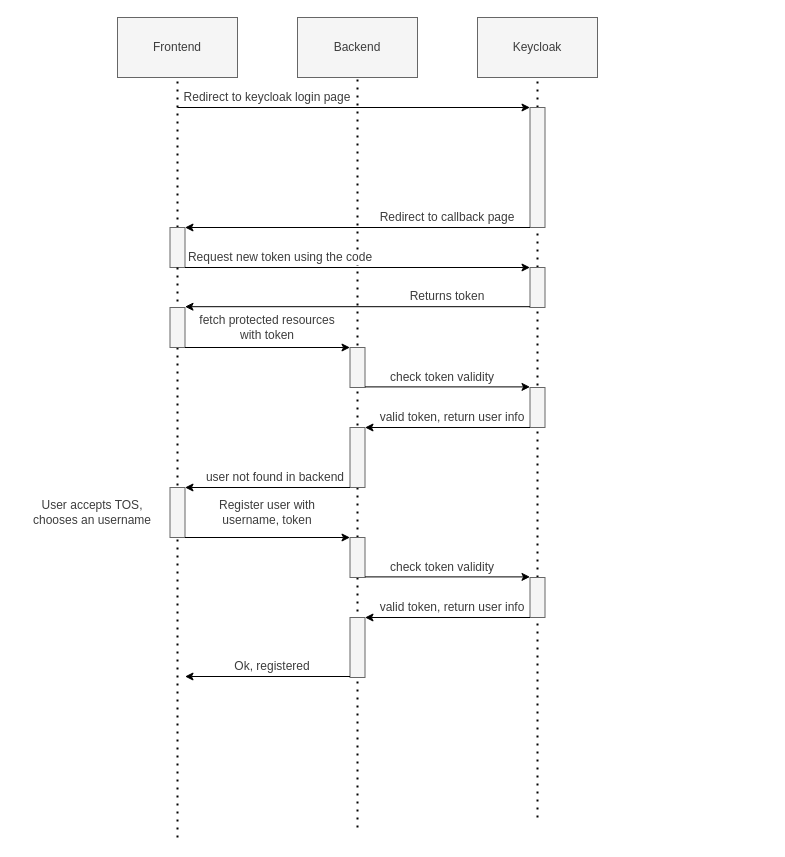
This is sketches/Q2-identification/google-register.drawio from nponsard/rapport-polycode-s7, a draw.io file, before an edit. Source tidied: cells renumbered, new cells numbered last; positions are measured from the earlier drawing's top-left corner, leaving out a move shared by most shapes. Both pictures are drawn from the tidied source at 100%, with x=0, y=0 at pixel (17, 17).
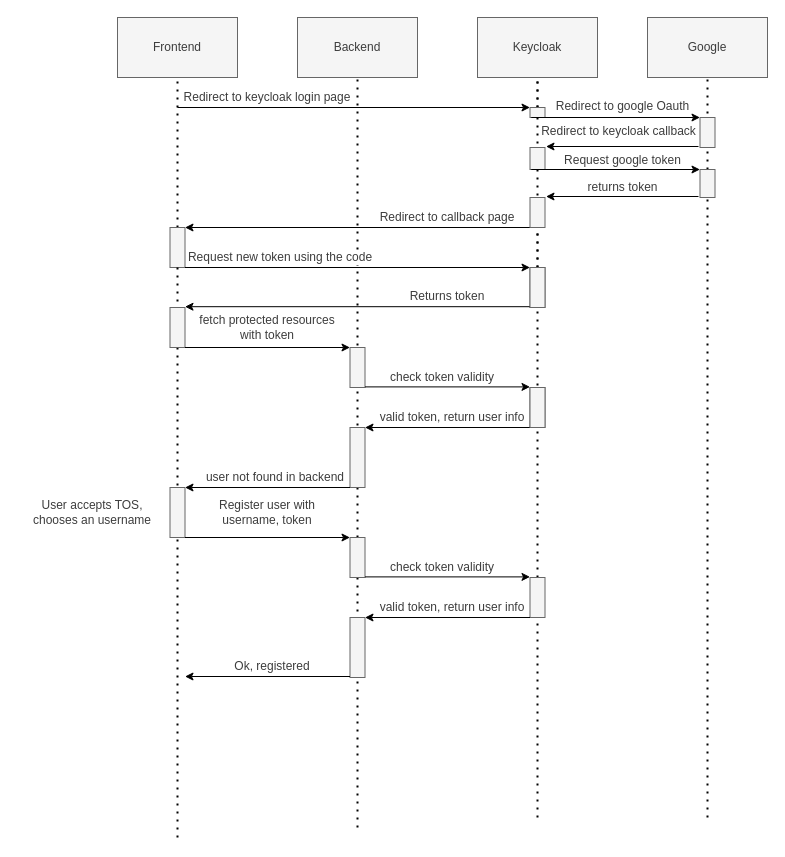
The same page after the edit.

Commit message (it also covers changes not shown here):
fix: detail google oidc

Unchanged cells that the change refers to:
```xml
<mxCell id="7" value="&lt;font color=&quot;#3d3d3d&quot;&gt;Keycloak&lt;br&gt;&lt;/font&gt;" style="rounded=0;whiteSpace=wrap;html=1;fillColor=#f5f5f5;strokeColor=#666666;fontColor=#333333;" parent="1" vertex="1">
  <mxGeometry x="460" width="120" height="60" as="geometry" />
</mxCell>
<mxCell id="12" style="rounded=0;whiteSpace=wrap;html=1;labelBackgroundColor=#FFFFFF;fontColor=#333333;fillColor=#f5f5f5;strokeColor=#666666;" parent="1" vertex="1">
  <mxGeometry x="152.5" y="210" width="15" height="40" as="geometry" />
</mxCell>
<mxCell id="16" style="rounded=0;whiteSpace=wrap;html=1;labelBackgroundColor=#FFFFFF;fontColor=#333333;fillColor=#f5f5f5;strokeColor=#666666;" parent="1" vertex="1">
  <mxGeometry x="512.5" y="250" width="15" height="40" as="geometry" />
</mxCell>
```

What changed in the source:
```diff
@@
-    <mxCell id="6" style="endArrow=none;dashed=1;html=1;dashPattern=1 3;strokeWidth=2;rounded=0;strokeColor=#000000;startArrow=none;" parent="1" edge="1" source="9" target="7">
-      <mxGeometry relative="1" as="geometry" />
+    <mxCell id="6" style="endArrow=none;dashed=1;html=1;dashPattern=1 3;strokeWidth=2;rounded=0;strokeColor=#000000;startArrow=none;" parent="1" edge="1" target="7">
+      <mxGeometry relative="1" as="geometry">
+        <mxPoint x="520" y="90" as="sourcePoint" />
+      </mxGeometry>
     </mxCell>
@@
-    <mxCell id="8" style="endArrow=classic;html=1;fontColor=#3D3D3D;strokeColor=#000000;entryX=0;entryY=0;entryDx=0;entryDy=0;" parent="1" edge="1" target="9">
+    <mxCell id="8" style="endArrow=classic;html=1;fontColor=#3D3D3D;strokeColor=#000000;entryX=0;entryY=0;entryDx=0;entryDy=0;" parent="1" edge="1">
       <mxGeometry relative="1" as="geometry">
         <mxPoint x="160" y="90" as="sourcePoint" />
+        <mxPoint x="512.5" y="90" as="targetPoint" />
       </mxGeometry>
     </mxCell>
-    <mxCell id="9" style="rounded=0;whiteSpace=wrap;html=1;labelBackgroundColor=#FFFFFF;fontColor=#333333;fillColor=#f5f5f5;strokeColor=#666666;" parent="1" vertex="1">
-      <mxGeometry x="512.5" y="90" width="15" height="120" as="geometry" />
-    </mxCell>
-    <mxCell id="10" style="endArrow=none;dashed=1;html=1;dashPattern=1 3;strokeWidth=2;rounded=0;strokeColor=#000000;startArrow=none;" parent="1" edge="1" source="16" target="9">
-      <mxGeometry relative="1" as="geometry" />
+    <mxCell id="10" style="endArrow=none;dashed=1;html=1;dashPattern=1 3;strokeWidth=2;rounded=0;strokeColor=#000000;startArrow=none;" parent="1" edge="1" source="16">
+      <mxGeometry relative="1" as="geometry">
+        <mxPoint x="520" y="210" as="targetPoint" />
+      </mxGeometry>
     </mxCell>
@@
-    <mxCell id="14" style="endArrow=classic;html=1;fontColor=#3D3D3D;strokeColor=#000000;exitX=0;exitY=1;exitDx=0;exitDy=0;entryX=1;entryY=0;entryDx=0;entryDy=0;" parent="1" edge="1" source="9" target="12">
-      <mxGeometry relative="1" as="geometry" />
+    <mxCell id="14" style="endArrow=classic;html=1;fontColor=#3D3D3D;strokeColor=#000000;exitX=0;exitY=1;exitDx=0;exitDy=0;entryX=1;entryY=0;entryDx=0;entryDy=0;" parent="1" edge="1" target="12">
+      <mxGeometry relative="1" as="geometry">
+        <mxPoint x="512.5" y="210" as="sourcePoint" />
+      </mxGeometry>
     </mxCell>
@@
+    <mxCell id="48" style="endArrow=none;dashed=1;html=1;dashPattern=1 3;strokeWidth=2;rounded=0;strokeColor=#000000;startArrow=none;" parent="1" edge="1">
+      <mxGeometry relative="1" as="geometry">
+        <mxPoint x="520" y="90" as="sourcePoint" />
+        <mxPoint x="520" y="60" as="targetPoint" />
+      </mxGeometry>
+    </mxCell>
+    <mxCell id="49" style="endArrow=none;dashed=1;html=1;dashPattern=1 3;strokeWidth=2;rounded=0;strokeColor=#000000;startArrow=none;" parent="1" edge="1" source="50">
+      <mxGeometry relative="1" as="geometry">
+        <mxPoint x="520" y="210" as="targetPoint" />
+      </mxGeometry>
+    </mxCell>
+    <mxCell id="50" style="rounded=0;whiteSpace=wrap;html=1;labelBackgroundColor=#FFFFFF;fontColor=#333333;fillColor=#f5f5f5;strokeColor=#666666;" parent="1" vertex="1">
+      <mxGeometry x="512.5" y="250" width="15" height="40" as="geometry" />
+    </mxCell>
+    <mxCell id="51" style="rounded=0;whiteSpace=wrap;html=1;labelBackgroundColor=#FFFFFF;fontColor=#333333;fillColor=#f5f5f5;strokeColor=#666666;" parent="1" vertex="1">
+      <mxGeometry x="512.5" y="370" width="15" height="40" as="geometry" />
+    </mxCell>
+    <mxCell id="52" value="&lt;font color=&quot;#3d3d3d&quot;&gt;Google&lt;br&gt;&lt;/font&gt;" style="rounded=0;whiteSpace=wrap;html=1;fillColor=#f5f5f5;strokeColor=#666666;fontColor=#333333;" parent="1" vertex="1">
+      <mxGeometry x="630" width="120" height="60" as="geometry" />
+    </mxCell>
+    <mxCell id="53" style="endArrow=none;dashed=1;html=1;dashPattern=1 3;strokeWidth=2;rounded=0;strokeColor=#000000;entryX=0.5;entryY=1;entryDx=0;entryDy=0;startArrow=none;" parent="1" edge="1" target="52">
+      <mxGeometry relative="1" as="geometry">
+        <mxPoint x="690" y="800" as="sourcePoint" />
+      </mxGeometry>
+    </mxCell>
+    <mxCell id="54" style="rounded=0;whiteSpace=wrap;html=1;labelBackgroundColor=#FFFFFF;fontColor=#333333;fillColor=#f5f5f5;strokeColor=#666666;" parent="1" vertex="1">
+      <mxGeometry x="682.5" y="100" width="15" height="30" as="geometry" />
+    </mxCell>
+    <mxCell id="55" style="rounded=0;whiteSpace=wrap;html=1;labelBackgroundColor=#FFFFFF;fontColor=#333333;fillColor=#f5f5f5;strokeColor=#666666;" parent="1" vertex="1">
+      <mxGeometry x="512.5" y="90" width="15" height="10" as="geometry" />
+    </mxCell>
+    <mxCell id="56" style="endArrow=none;dashed=1;html=1;dashPattern=1 3;strokeWidth=2;rounded=0;strokeColor=#000000;startArrow=none;exitX=0.5;exitY=1;exitDx=0;exitDy=0;entryX=0.5;entryY=0;entryDx=0;entryDy=0;" parent="1" edge="1" source="55" target="63">
+      <mxGeometry relative="1" as="geometry" />
+    </mxCell>
+    <mxCell id="57" style="endArrow=classic;html=1;fontColor=#3D3D3D;strokeColor=#000000;entryX=0;entryY=0;entryDx=0;entryDy=0;" parent="1" edge="1">
+      <mxGeometry relative="1" as="geometry">
+        <mxPoint x="513.8" y="100" as="sourcePoint" />
+        <mxPoint x="682.5" y="100" as="targetPoint" />
+      </mxGeometry>
+    </mxCell>
+    <mxCell id="58" value="Redirect to google Oauth" style="text;html=1;strokeColor=none;fillColor=none;align=center;verticalAlign=middle;whiteSpace=wrap;rounded=0;labelBackgroundColor=#FFFFFF;fontColor=#3D3D3D;" parent="1" vertex="1">
+      <mxGeometry x="523.5" y="79" width="162.5" height="20" as="geometry" />
+    </mxCell>
+    <mxCell id="59" style="endArrow=classic;html=1;fontColor=#3D3D3D;strokeColor=#000000;entryX=1;entryY=0;entryDx=0;entryDy=0;" parent="1" edge="1">
+      <mxGeometry relative="1" as="geometry">
+        <mxPoint x="681" y="129" as="sourcePoint" />
+        <mxPoint x="528.5" y="129" as="targetPoint" />
+      </mxGeometry>
+    </mxCell>
+    <mxCell id="60" value="Redirect to keycloak callback" style="text;html=1;strokeColor=none;fillColor=none;align=center;verticalAlign=middle;whiteSpace=wrap;rounded=0;labelBackgroundColor=#FFFFFF;fontColor=#3D3D3D;" parent="1" vertex="1">
+      <mxGeometry x="520" y="104" width="162.5" height="20" as="geometry" />
+    </mxCell>
+    <mxCell id="61" style="rounded=0;whiteSpace=wrap;html=1;labelBackgroundColor=#FFFFFF;fontColor=#333333;fillColor=#f5f5f5;strokeColor=#666666;" parent="1" vertex="1">
+      <mxGeometry x="512.5" y="180" width="15" height="30" as="geometry" />
+    </mxCell>
+    <mxCell id="62" style="rounded=0;whiteSpace=wrap;html=1;labelBackgroundColor=#FFFFFF;fontColor=#333333;fillColor=#f5f5f5;strokeColor=#666666;" parent="1" vertex="1">
+      <mxGeometry x="682.5" y="152" width="15" height="28" as="geometry" />
+    </mxCell>
+    <mxCell id="63" style="rounded=0;whiteSpace=wrap;html=1;labelBackgroundColor=#FFFFFF;fontColor=#333333;fillColor=#f5f5f5;strokeColor=#666666;" parent="1" vertex="1">
+      <mxGeometry x="512.5" y="130" width="15" height="22" as="geometry" />
+    </mxCell>
+    <mxCell id="64" style="endArrow=none;dashed=1;html=1;dashPattern=1 3;strokeWidth=2;rounded=0;strokeColor=#000000;startArrow=none;exitX=0.5;exitY=1;exitDx=0;exitDy=0;" parent="1" edge="1" source="63" target="61">
+      <mxGeometry relative="1" as="geometry" />
+    </mxCell>
+    <mxCell id="65" style="endArrow=classic;html=1;fontColor=#3D3D3D;strokeColor=#000000;entryX=0;entryY=0;entryDx=0;entryDy=0;" parent="1" edge="1">
+      <mxGeometry relative="1" as="geometry">
+        <mxPoint x="513.8" y="152" as="sourcePoint" />
+        <mxPoint x="682.5" y="152" as="targetPoint" />
+      </mxGeometry>
+    </mxCell>
+    <mxCell id="66" value="Request google token" style="text;html=1;strokeColor=none;fillColor=none;align=center;verticalAlign=middle;whiteSpace=wrap;rounded=0;labelBackgroundColor=#FFFFFF;fontColor=#3D3D3D;" parent="1" vertex="1">
+      <mxGeometry x="523.5" y="133" width="162.5" height="20" as="geometry" />
+    </mxCell>
+    <mxCell id="67" style="endArrow=classic;html=1;fontColor=#3D3D3D;strokeColor=#000000;entryX=1;entryY=0;entryDx=0;entryDy=0;" parent="1" edge="1">
+      <mxGeometry relative="1" as="geometry">
+        <mxPoint x="681" y="179" as="sourcePoint" />
+        <mxPoint x="528.5" y="179" as="targetPoint" />
+      </mxGeometry>
+    </mxCell>
+    <mxCell id="68" value="returns token" style="text;html=1;strokeColor=none;fillColor=none;align=center;verticalAlign=middle;whiteSpace=wrap;rounded=0;labelBackgroundColor=#FFFFFF;fontColor=#3D3D3D;" parent="1" vertex="1">
+      <mxGeometry x="538.5" y="160" width="132.5" height="20" as="geometry" />
+    </mxCell>
```
